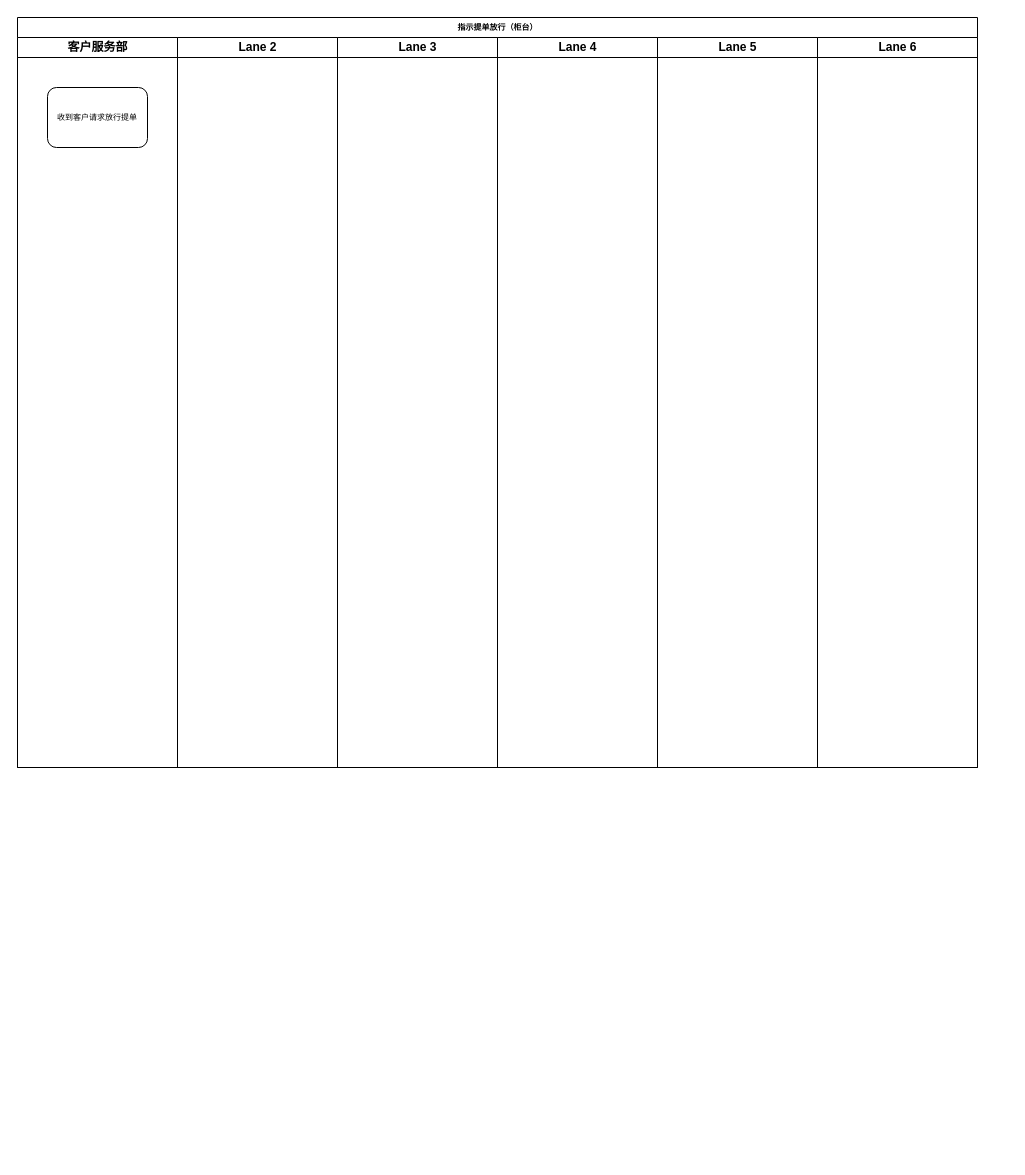
Earlier version of the draw.io diagram 指示提单放行.drawio (huangdamon/taobao_catch). Source tidied: cells renumbered, new cells numbered last; positions are measured from the earlier drawing's top-left corner, leaving out a move shared by most shapes. Both pictures are drawn from the tidied source at 100%, with x=0, y=0 at pixel (17, 17).
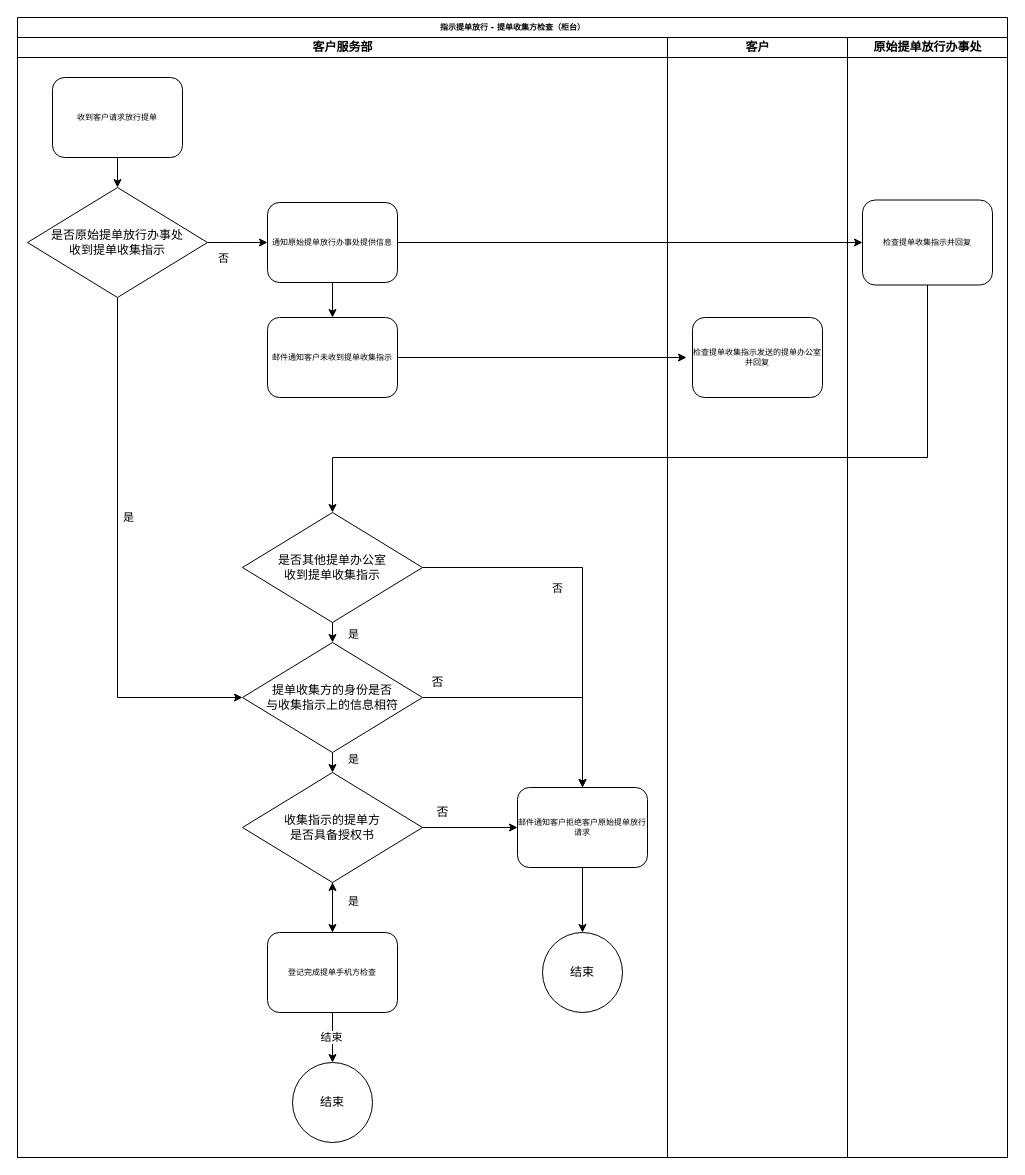
After the change.

Commit message (it also covers changes not shown here):
Update 指示提单放行.drawio

Diff of the diagram source:
```diff
@@
-    <mxCell id="2" value="指示提单放行（柜台）" style="swimlane;html=1;startSize=20;rounded=0;shadow=0;labelBackgroundColor=none;strokeWidth=1;fontFamily=Verdana;fontSize=8;align=center;" parent="1" vertex="1">
-      <mxGeometry width="960" height="750" as="geometry" />
+    <mxCell id="2" value="指示提单放行 - 提单收集方检查（柜台）" style="swimlane;html=1;startSize=20;rounded=0;shadow=0;labelBackgroundColor=none;strokeWidth=1;fontFamily=Verdana;fontSize=8;align=center;" parent="1" vertex="1">
+      <mxGeometry width="990" height="1140" as="geometry" />
     </mxCell>
     <mxCell id="3" value="客户服务部" style="swimlane;html=1;startSize=20;" parent="2" vertex="1">
-      <mxGeometry y="20" width="160" height="730" as="geometry" />
+      <mxGeometry y="20" width="650" height="1120" as="geometry" />
     </mxCell>
+    <mxCell id="10" style="edgeStyle=orthogonalEdgeStyle;rounded=0;jettySize=auto;html=1;entryX=0.5;entryY=0;entryDx=0;entryDy=0;" parent="3" edge="1" source="4" target="15">
+      <mxGeometry relative="1" as="geometry" />
+    </mxCell>
     <mxCell id="4" value="收到客户请求放行提单" style="rounded=1;whiteSpace=wrap;html=1;shadow=0;labelBackgroundColor=none;strokeWidth=1;fontFamily=Verdana;fontSize=8;align=center;" parent="3" vertex="1">
-      <mxGeometry x="30" y="50" width="100" height="60" as="geometry" />
+      <mxGeometry x="35" y="40" width="130" height="80" as="geometry" />
     </mxCell>
-    <mxCell id="5" value="Lane 2" style="swimlane;html=1;startSize=20;" parent="2" vertex="1">
-      <mxGeometry x="160" y="20" width="160" height="730" as="geometry" />
-    </mxCell>
+    <mxCell id="11" style="edgeStyle=orthogonalEdgeStyle;rounded=0;jettySize=auto;html=1;exitX=0.5;exitY=1;exitDx=0;exitDy=0;entryX=0;entryY=0.5;entryDx=0;entryDy=0;" parent="3" edge="1" source="15" target="27">
+      <mxGeometry relative="1" as="geometry" />
+    </mxCell>
+    <mxCell id="12" value="是" style="edgeLabel;html=1;align=center;verticalAlign=middle;" parent="11" vertex="1">
+      <mxGeometry x="-0.12" y="3" relative="1" as="geometry">
+        <mxPoint x="7" y="-12" as="offset" />
+      </mxGeometry>
+    </mxCell>
+    <mxCell id="13" style="edgeStyle=orthogonalEdgeStyle;rounded=0;jettySize=auto;html=1;" parent="3" edge="1" source="15">
+      <mxGeometry relative="1" as="geometry">
+        <mxPoint x="250" y="205" as="targetPoint" />
+      </mxGeometry>
+    </mxCell>
+    <mxCell id="14" value="否" style="edgeLabel;html=1;align=center;verticalAlign=middle;" parent="13" vertex="1">
+      <mxGeometry x="-0.13" y="-1" relative="1" as="geometry">
+        <mxPoint x="-11" y="14" as="offset" />
+      </mxGeometry>
+    </mxCell>
+    <mxCell id="15" value="是否原始提单放行办事处&lt;br&gt;收到提单收集指示" style="rhombus;whiteSpace=wrap;html=1;" parent="3" vertex="1">
+      <mxGeometry x="10" y="150" width="180" height="110" as="geometry" />
+    </mxCell>
+    <mxCell id="16" style="edgeStyle=orthogonalEdgeStyle;rounded=0;jettySize=auto;html=1;exitX=0.5;exitY=1;exitDx=0;exitDy=0;entryX=0.5;entryY=0;entryDx=0;entryDy=0;" parent="3" edge="1" source="17" target="18">
+      <mxGeometry relative="1" as="geometry" />
+    </mxCell>
+    <mxCell id="17" value="通知原始提单放行办事处提供信息" style="rounded=1;whiteSpace=wrap;html=1;shadow=0;labelBackgroundColor=none;strokeWidth=1;fontFamily=Verdana;fontSize=8;align=center;" parent="3" vertex="1">
+      <mxGeometry x="250" y="165" width="130" height="80" as="geometry" />
+    </mxCell>
+    <mxCell id="18" value="邮件通知客户未收到提单收集指示" style="rounded=1;whiteSpace=wrap;html=1;shadow=0;labelBackgroundColor=none;strokeWidth=1;fontFamily=Verdana;fontSize=8;align=center;" parent="3" vertex="1">
+      <mxGeometry x="250" y="280" width="130" height="80" as="geometry" />
+    </mxCell>
+    <mxCell id="19" style="edgeStyle=orthogonalEdgeStyle;rounded=0;jettySize=auto;html=1;exitX=0.5;exitY=1;exitDx=0;exitDy=0;entryX=0.5;entryY=0;entryDx=0;entryDy=0;" parent="3" edge="1" target="27">
+      <mxGeometry relative="1" as="geometry">
+        <mxPoint x="315" y="585" as="sourcePoint" />
+      </mxGeometry>
+    </mxCell>
+    <mxCell id="20" value="是" style="edgeLabel;html=1;align=center;verticalAlign=middle;" parent="19" vertex="1">
+      <mxGeometry x="0.07" y="4" relative="1" as="geometry">
+        <mxPoint x="16" as="offset" />
+      </mxGeometry>
+    </mxCell>
+    <mxCell id="21" style="edgeStyle=orthogonalEdgeStyle;rounded=0;jettySize=auto;html=1;exitX=1;exitY=0.5;exitDx=0;exitDy=0;entryX=0.5;entryY=0;entryDx=0;entryDy=0;" parent="3" edge="1" source="23" target="32">
+      <mxGeometry relative="1" as="geometry" />
+    </mxCell>
+    <mxCell id="22" value="否" style="edgeLabel;html=1;align=center;verticalAlign=middle;" parent="21" vertex="1">
+      <mxGeometry x="-0.32" y="3" relative="1" as="geometry">
+        <mxPoint x="5" y="23" as="offset" />
+      </mxGeometry>
+    </mxCell>
+    <mxCell id="23" value="是否其他提单办公室&lt;br&gt;收到提单收集指示" style="rhombus;whiteSpace=wrap;html=1;" parent="3" vertex="1">
+      <mxGeometry x="225" y="475" width="180" height="110" as="geometry" />
+    </mxCell>
+    <mxCell id="24" style="edgeStyle=orthogonalEdgeStyle;rounded=0;jettySize=auto;html=1;exitX=0.5;exitY=1;exitDx=0;exitDy=0;entryX=0.5;entryY=0;entryDx=0;entryDy=0;" parent="3" edge="1" source="27" target="30">
+      <mxGeometry relative="1" as="geometry" />
+    </mxCell>
+    <mxCell id="25" value="是" style="edgeLabel;html=1;align=center;verticalAlign=middle;" parent="24" vertex="1">
+      <mxGeometry x="-0.4" y="-3" relative="1" as="geometry">
+        <mxPoint x="23" as="offset" />
+      </mxGeometry>
+    </mxCell>
+    <mxCell id="26" style="edgeStyle=orthogonalEdgeStyle;rounded=0;jettySize=auto;html=1;exitX=1;exitY=0.5;exitDx=0;exitDy=0;entryX=0.5;entryY=0;entryDx=0;entryDy=0;" parent="3" edge="1" source="27" target="32">
+      <mxGeometry relative="1" as="geometry" />
+    </mxCell>
+    <mxCell id="27" value="提单收集方的身份是否&lt;br&gt;与收集指示上的信息相符" style="rhombus;whiteSpace=wrap;html=1;" parent="3" vertex="1">
+      <mxGeometry x="225" y="605" width="180" height="110" as="geometry" />
+    </mxCell>
+    <mxCell id="28" style="edgeStyle=orthogonalEdgeStyle;rounded=0;jettySize=auto;html=1;exitX=0.5;exitY=1;exitDx=0;exitDy=0;entryX=0.5;entryY=0;entryDx=0;entryDy=0;" parent="3" edge="1" source="30">
+      <mxGeometry relative="1" as="geometry">
+        <mxPoint x="315" y="895" as="targetPoint" />
+      </mxGeometry>
+    </mxCell>
+    <mxCell id="29" style="edgeStyle=orthogonalEdgeStyle;rounded=0;jettySize=auto;html=1;exitX=1;exitY=0.5;exitDx=0;exitDy=0;entryX=0;entryY=0.5;entryDx=0;entryDy=0;" parent="3" edge="1" source="30" target="32">
+      <mxGeometry relative="1" as="geometry" />
+    </mxCell>
+    <mxCell id="30" value="收集指示的提单方&lt;br&gt;是否具备授权书" style="rhombus;whiteSpace=wrap;html=1;" parent="3" vertex="1">
+      <mxGeometry x="225" y="735" width="180" height="110" as="geometry" />
+    </mxCell>
+    <mxCell id="31" style="edgeStyle=orthogonalEdgeStyle;rounded=0;jettySize=auto;html=1;exitX=0.5;exitY=1;exitDx=0;exitDy=0;entryX=0.5;entryY=0;entryDx=0;entryDy=0;" parent="3" edge="1" source="32" target="34">
+      <mxGeometry relative="1" as="geometry" />
+    </mxCell>
+    <mxCell id="32" value="邮件通知客户拒绝客户原始提单放行请求" style="rounded=1;whiteSpace=wrap;html=1;shadow=0;labelBackgroundColor=none;strokeWidth=1;fontFamily=Verdana;fontSize=8;align=center;" parent="3" vertex="1">
+      <mxGeometry x="500" y="750" width="130" height="80" as="geometry" />
+    </mxCell>
+    <mxCell id="33" value="否" style="text;html=1;align=center;verticalAlign=middle;strokeColor=none;fillColor=none;" parent="3" vertex="1">
+      <mxGeometry x="400" y="630" width="40" height="30" as="geometry" />
+    </mxCell>
+    <mxCell id="34" value="结束" style="ellipse;whiteSpace=wrap;html=1;" parent="3" vertex="1">
+      <mxGeometry x="525" y="895" width="80" height="80" as="geometry" />
+    </mxCell>
+    <mxCell id="35" style="edgeStyle=orthogonalEdgeStyle;rounded=0;jettySize=auto;html=1;" parent="3" edge="1" source="39" target="30">
+      <mxGeometry relative="1" as="geometry" />
+    </mxCell>
+    <mxCell id="36" value="是" style="edgeLabel;html=1;align=center;verticalAlign=middle;" parent="35" vertex="1">
+      <mxGeometry x="0.28" relative="1" as="geometry">
+        <mxPoint x="20" as="offset" />
+      </mxGeometry>
+    </mxCell>
+    <mxCell id="37" style="edgeStyle=orthogonalEdgeStyle;rounded=0;jettySize=auto;html=1;exitX=0.5;exitY=1;exitDx=0;exitDy=0;entryX=0.5;entryY=0;entryDx=0;entryDy=0;" parent="3" edge="1" source="39" target="40">
+      <mxGeometry relative="1" as="geometry" />
+    </mxCell>
+    <mxCell id="38" value="结束" style="edgeLabel;html=1;align=center;verticalAlign=middle;" parent="37" vertex="1">
+      <mxGeometry x="-0.04" y="-2" relative="1" as="geometry" />
+    </mxCell>
+    <mxCell id="39" value="登记完成提单手机方检查" style="rounded=1;whiteSpace=wrap;html=1;shadow=0;labelBackgroundColor=none;strokeWidth=1;fontFamily=Verdana;fontSize=8;align=center;" parent="3" vertex="1">
+      <mxGeometry x="250" y="895" width="130" height="80" as="geometry" />
+    </mxCell>
+    <mxCell id="40" value="结束" style="ellipse;whiteSpace=wrap;html=1;" parent="3" vertex="1">
+      <mxGeometry x="275" y="1025" width="80" height="80" as="geometry" />
+    </mxCell>
+    <mxCell id="41" value="否" style="text;html=1;align=center;verticalAlign=middle;strokeColor=none;fillColor=none;" parent="3" vertex="1">
+      <mxGeometry x="405" y="760" width="40" height="30" as="geometry" />
+    </mxCell>
-    <mxCell id="6" value="Lane 3" style="swimlane;html=1;startSize=20;" parent="2" vertex="1">
-      <mxGeometry x="320" y="20" width="160" height="730" as="geometry" />
+    <mxCell id="6" value="客户" style="swimlane;html=1;startSize=20;" parent="2" vertex="1">
+      <mxGeometry x="650" y="20" width="180" height="1120" as="geometry" />
     </mxCell>
-    <mxCell id="7" value="Lane 4" style="swimlane;html=1;startSize=20;" parent="2" vertex="1">
-      <mxGeometry x="480" y="20" width="160" height="730" as="geometry" />
-    </mxCell>
+    <mxCell id="42" value="检查提单收集指示发送的提单办公室并回复" style="rounded=1;whiteSpace=wrap;html=1;shadow=0;labelBackgroundColor=none;strokeWidth=1;fontFamily=Verdana;fontSize=8;align=center;" parent="6" vertex="1">
+      <mxGeometry x="25" y="280" width="130" height="80" as="geometry" />
+    </mxCell>
-    <mxCell id="8" value="Lane 5" style="swimlane;html=1;startSize=20;" parent="2" vertex="1">
-      <mxGeometry x="640" y="20" width="160" height="730" as="geometry" />
+    <mxCell id="8" value="原始提单放行办事处" style="swimlane;html=1;startSize=20;" parent="2" vertex="1">
+      <mxGeometry x="830" y="20" width="160" height="1120" as="geometry" />
     </mxCell>
-    <mxCell id="9" value="Lane 6" style="swimlane;html=1;startSize=20;" parent="2" vertex="1">
-      <mxGeometry x="800" y="20" width="160" height="730" as="geometry" />
-    </mxCell>
+    <mxCell id="43" value="检查提单收集指示并回复" style="rounded=1;whiteSpace=wrap;html=1;shadow=0;labelBackgroundColor=none;strokeWidth=1;fontFamily=Verdana;fontSize=8;align=center;" parent="8" vertex="1">
+      <mxGeometry x="15" y="162.5" width="130" height="85" as="geometry" />
+    </mxCell>
+    <mxCell id="44" style="edgeStyle=orthogonalEdgeStyle;rounded=0;jettySize=auto;html=1;exitX=1;exitY=0.5;exitDx=0;exitDy=0;entryX=-0.046;entryY=0.5;entryDx=0;entryDy=0;entryPerimeter=0;" parent="2" edge="1" source="18" target="42">
+      <mxGeometry relative="1" as="geometry" />
+    </mxCell>
+    <mxCell id="45" style="edgeStyle=orthogonalEdgeStyle;rounded=0;jettySize=auto;html=1;exitX=1;exitY=0.5;exitDx=0;exitDy=0;" parent="2" edge="1" source="17" target="43">
+      <mxGeometry relative="1" as="geometry" />
+    </mxCell>
+    <mxCell id="46" style="edgeStyle=orthogonalEdgeStyle;rounded=0;jettySize=auto;html=1;exitX=0.5;exitY=1;exitDx=0;exitDy=0;" parent="2" edge="1" source="43" target="23">
+      <mxGeometry relative="1" as="geometry">
+        <Array as="points">
+          <mxPoint x="910" y="440" />
+          <mxPoint x="315" y="440" />
+        </Array>
+      </mxGeometry>
+    </mxCell>
```
